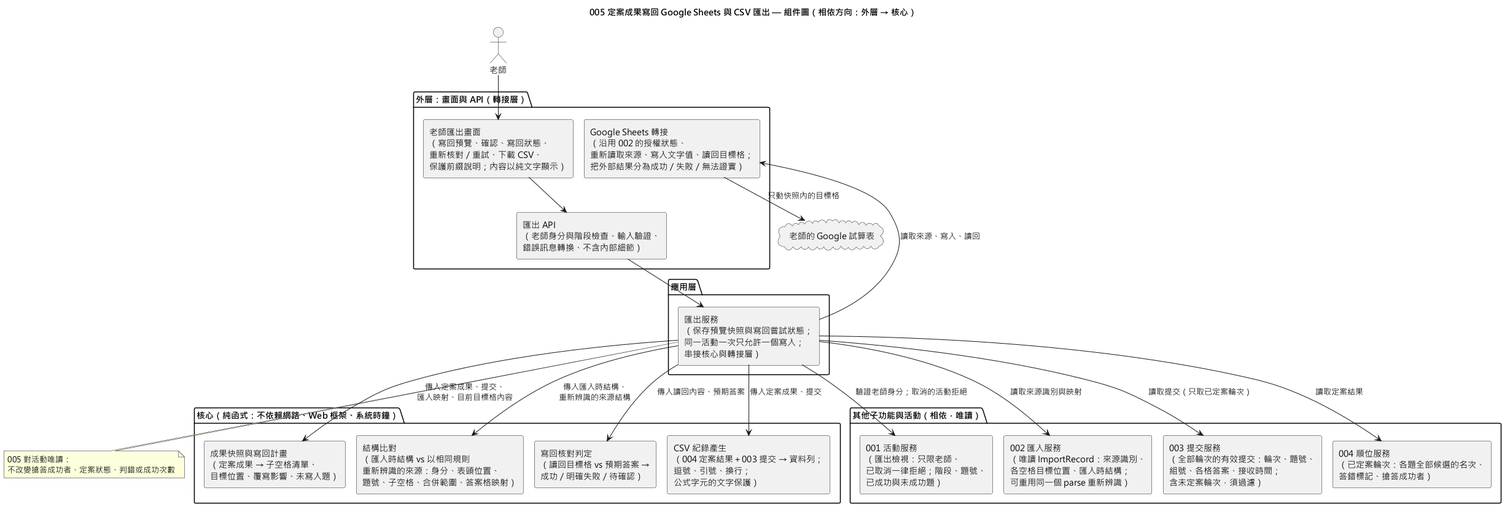
This is diagrams/005-result-export-component.png from EricC430/lecture-answer-first_group16_speckit, a PlantUML export, as it was before one commit.
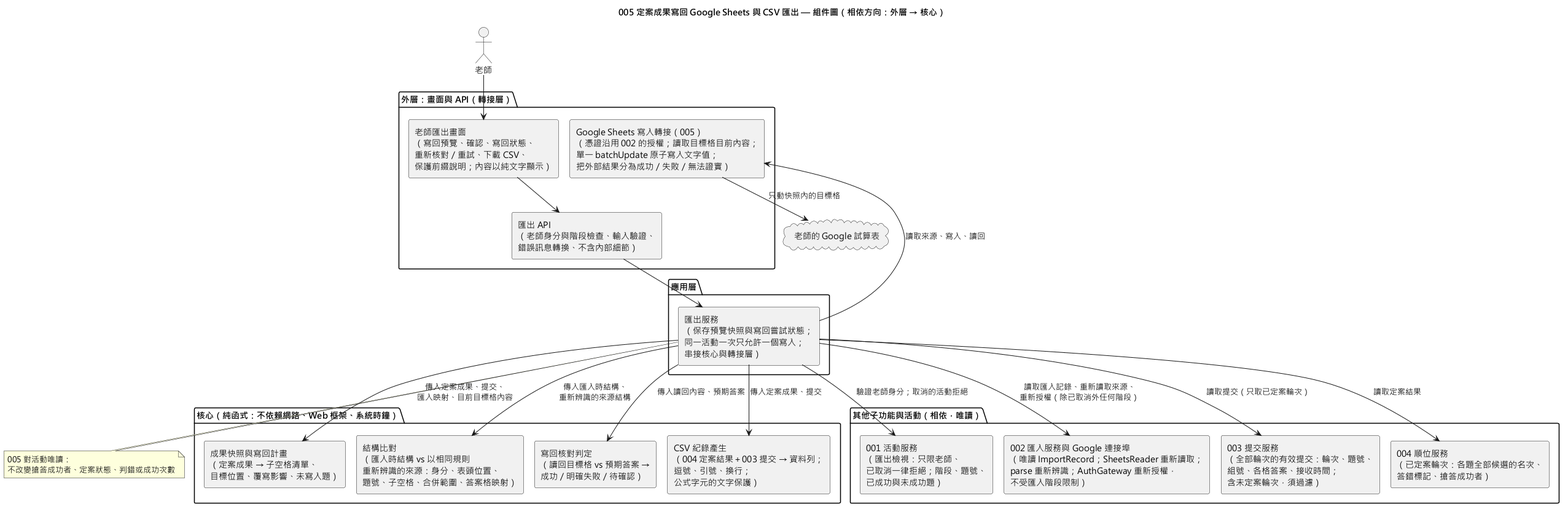
After the commit.

Diff of the diagram source:
```diff
@@ -9,7 +9,7 @@
 package "外層：畫面與 API（轉接層）" {
   [老師匯出畫面\n（寫回預覽、確認、寫回狀態、\n重新核對／重試、下載 CSV、\n保護前綴說明；內容以純文字顯示）] as UI
   [匯出 API\n（老師身分與階段檢查、輸入驗證、\n錯誤訊息轉換、不含內部細節）] as Api
-  [Google Sheets 轉接\n（沿用 002 的授權狀態、\n重新讀取來源、寫入文字值、讀回目標格；\n把外部結果分為成功／失敗／無法證實）] as Sheets
+  [Google Sheets 寫入轉接（005）\n（憑證沿用 002 的授權；讀取目標格目前內容；\n單一 batchUpdate 原子寫入文字值；\n把外部結果分為成功／失敗／無法證實）] as Sheets
 }
 
 package "應用層" {
@@ -25,7 +25,7 @@
 
 package "其他子功能與活動（相依，唯讀）" {
   [001 活動服務\n（匯出檢視：只限老師、\n已取消一律拒絕；階段、題號、\n已成功與未成功題）] as Activity
-  [002 匯入服務\n（唯讀 ImportRecord：來源識別、\n各空格目標位置、匯入時結構；\n可重用同一個 parse 重新辨識）] as Import
+  [002 匯入服務與 Google 連接埠\n（唯讀 ImportRecord；SheetsReader 重新讀取；\nparse 重新辨識；AuthGateway 重新授權，\n不受匯入階段限制）] as Import
   [003 提交服務\n（全部輪次的有效提交：輪次、題號、\n組號、各格答案、接收時間；\n含未定案輪次，須過濾）] as Submit
   [004 順位服務\n（已定案輪次：各題全部候選的名次、\n答錯標記、搶答成功者）] as Ranking
 }
@@ -42,7 +42,7 @@
 Service --> Sheets : 讀取來源、寫入、讀回
 Sheets --> Sheet : 只動快照內的目標格
 Service --> Activity : 驗證老師身分；取消的活動拒絕
-Service --> Import : 讀取來源識別與映射
+Service --> Import : 讀取匯入記錄、重新讀取來源、\n重新授權（除已取消外任何階段）
 Service --> Submit : 讀取提交（只取已定案輪次）
 Service --> Ranking : 讀取定案結果
 note bottom of Service
```
